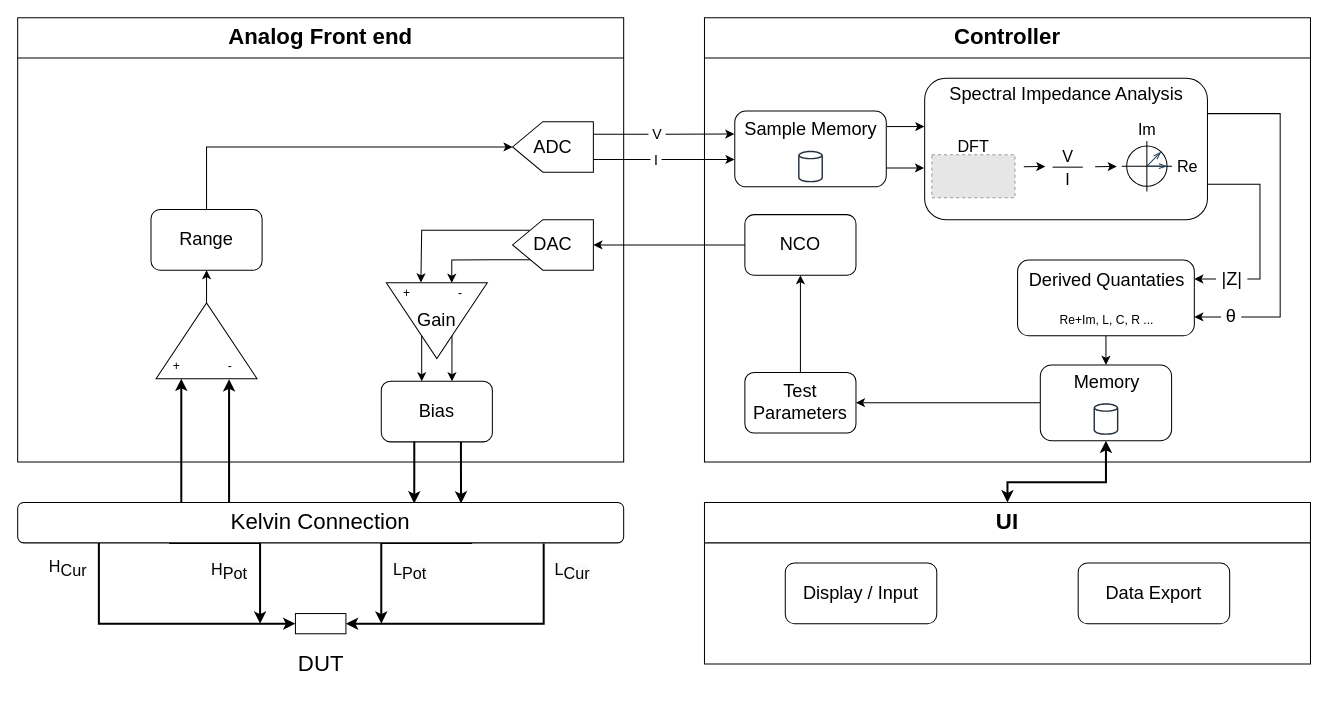
Earlier version of the draw.io diagram Billeder/SystemArchitecture/SystemArchitecture.drawio (JOCRIX/BscProject). Source tidied: cells renumbered, new cells numbered last; positions are measured from the earlier drawing's top-left corner, leaving out a move shared by most shapes. Both pictures are drawn from the tidied source at 101%, with x=0, y=0 at pixel (17, 17). Pictures stored in the file or linked from it are replaced by grey dashed boxes.
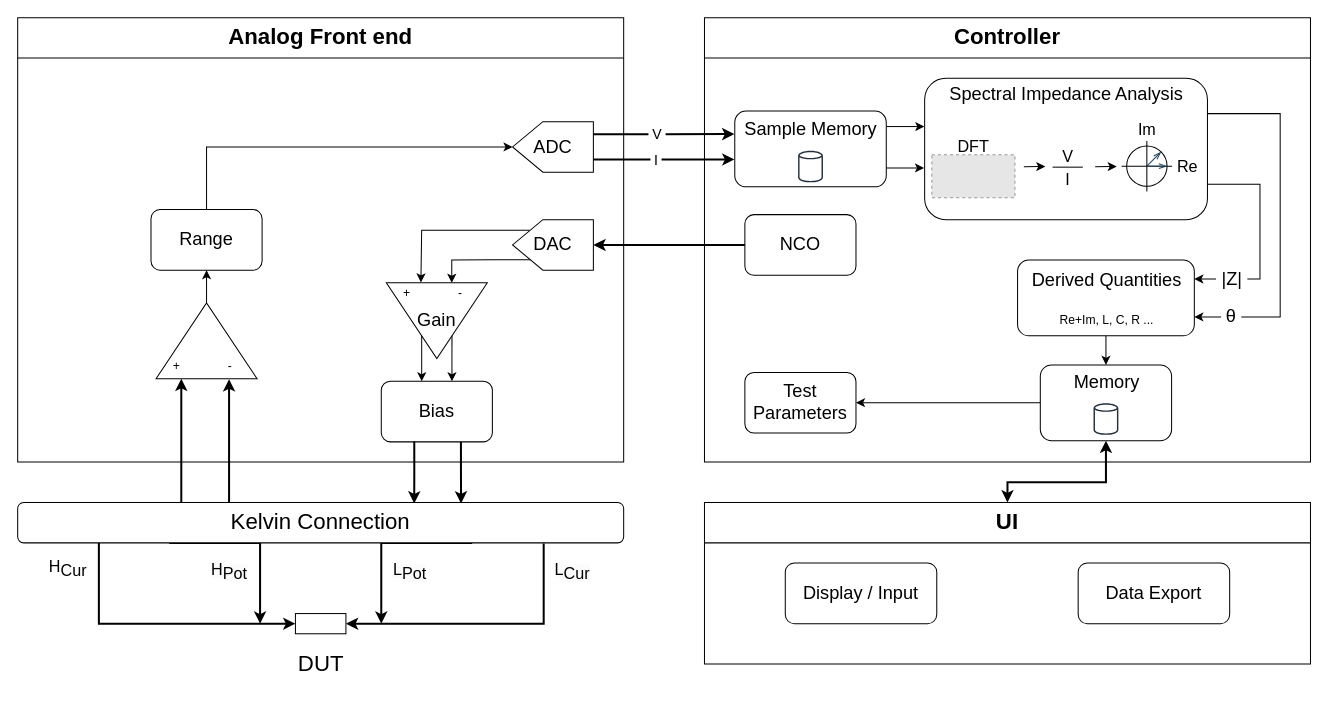
Above is the later version.

Unchanged cells that the change refers to:
```xml
<mxCell id="2" value="&lt;font style=&quot;font-size: 22px;&quot;&gt;Controller&lt;/font&gt;" style="swimlane;whiteSpace=wrap;html=1;startSize=40;" parent="1" vertex="1">
  <mxGeometry x="680" width="600" height="440" as="geometry" />
</mxCell>
<mxCell id="9" style="rounded=1;whiteSpace=wrap;html=1;fillColor=none;" parent="2" vertex="1">
  <mxGeometry x="30" y="92.5" width="150" height="75" as="geometry" />
</mxCell>
<mxCell id="10" value="&lt;font style=&quot;font-size: 18px;&quot;&gt;NCO&lt;/font&gt;" style="rounded=1;whiteSpace=wrap;html=1;fontSize=18;" parent="2" vertex="1">
  <mxGeometry x="40" y="195" width="110" height="60" as="geometry" />
</mxCell>
<mxCell id="38" value="&lt;font style=&quot;font-size: 18px;&quot;&gt;Test&lt;br&gt;Parameters&lt;/font&gt;" style="rounded=1;whiteSpace=wrap;html=1;fontSize=18;" parent="2" vertex="1">
  <mxGeometry x="40" y="351.2" width="110" height="60" as="geometry" />
</mxCell>
<mxCell id="45" value="&lt;font style=&quot;font-size: 18px;&quot;&gt;ADC&lt;/font&gt;" style="shape=offPageConnector;whiteSpace=wrap;html=1;direction=south;fontSize=18;" parent="43" vertex="1">
  <mxGeometry x="490" y="103" width="80" height="50" as="geometry" />
</mxCell>
<mxCell id="48" value="&lt;font style=&quot;font-size: 18px;&quot;&gt;DAC&lt;/font&gt;" style="shape=offPageConnector;whiteSpace=wrap;html=1;direction=south;fontSize=18;" parent="43" vertex="1">
  <mxGeometry x="490" y="200" width="80" height="50" as="geometry" />
</mxCell>
```

The edit, as a diff of the source:
```diff
@@
-    <mxCell id="29" value="Derived Quantaties" style="text;html=1;align=center;verticalAlign=middle;strokeColor=none;fillColor=none;fontSize=18;" parent="2" vertex="1">
-      <mxGeometry x="307.5" y="240" width="180" height="40" as="geometry" />
+    <mxCell id="29" value="Derived Quantities" style="text;html=1;align=center;verticalAlign=middle;strokeColor=none;fillColor=none;fontSize=18;" parent="2" vertex="1">
+      <mxGeometry x="312.5" y="240" width="170" height="40" as="geometry" />
     </mxCell>
@@
-    <mxCell id="37" style="edgeStyle=orthogonalEdgeStyle;rounded=0;jettySize=auto;html=1;entryX=0.5;entryY=1;entryDx=0;entryDy=0;" parent="2" edge="1" source="38" target="10">
-      <mxGeometry relative="1" as="geometry" />
-    </mxCell>
@@
-    <mxCell id="75" style="edgeStyle=orthogonalEdgeStyle;rounded=0;jettySize=auto;html=1;entryX=0.5;entryY=0;entryDx=0;entryDy=0;" parent="1" edge="1" source="10" target="48">
+    <mxCell id="75" style="edgeStyle=orthogonalEdgeStyle;rounded=0;jettySize=auto;html=1;entryX=0.5;entryY=0;entryDx=0;entryDy=0;strokeWidth=2;" parent="1" edge="1" source="10" target="48">
       <mxGeometry relative="1" as="geometry" />
     </mxCell>
-    <mxCell id="76" style="edgeStyle=orthogonalEdgeStyle;rounded=0;jettySize=auto;html=1;exitX=0.25;exitY=0;exitDx=0;exitDy=0;entryX=-0.003;entryY=0.303;entryDx=0;entryDy=0;entryPerimeter=0;" parent="1" edge="1" source="45" target="9">
+    <mxCell id="76" style="edgeStyle=orthogonalEdgeStyle;rounded=0;jettySize=auto;html=1;exitX=0.25;exitY=0;exitDx=0;exitDy=0;entryX=-0.003;entryY=0.303;entryDx=0;entryDy=0;entryPerimeter=0;strokeWidth=2;" parent="1" edge="1" source="45" target="9">
       <mxGeometry relative="1" as="geometry" />
     </mxCell>
@@
-    <mxCell id="78" style="edgeStyle=orthogonalEdgeStyle;rounded=0;jettySize=auto;html=1;exitX=0.75;exitY=0;exitDx=0;exitDy=0;entryX=-0.002;entryY=0.638;entryDx=0;entryDy=0;entryPerimeter=0;" parent="1" edge="1" source="45" target="9">
+    <mxCell id="78" style="edgeStyle=orthogonalEdgeStyle;rounded=0;jettySize=auto;html=1;exitX=0.75;exitY=0;exitDx=0;exitDy=0;entryX=-0.002;entryY=0.638;entryDx=0;entryDy=0;entryPerimeter=0;strokeWidth=2;" parent="1" edge="1" source="45" target="9">
       <mxGeometry relative="1" as="geometry" />
     </mxCell>
```
